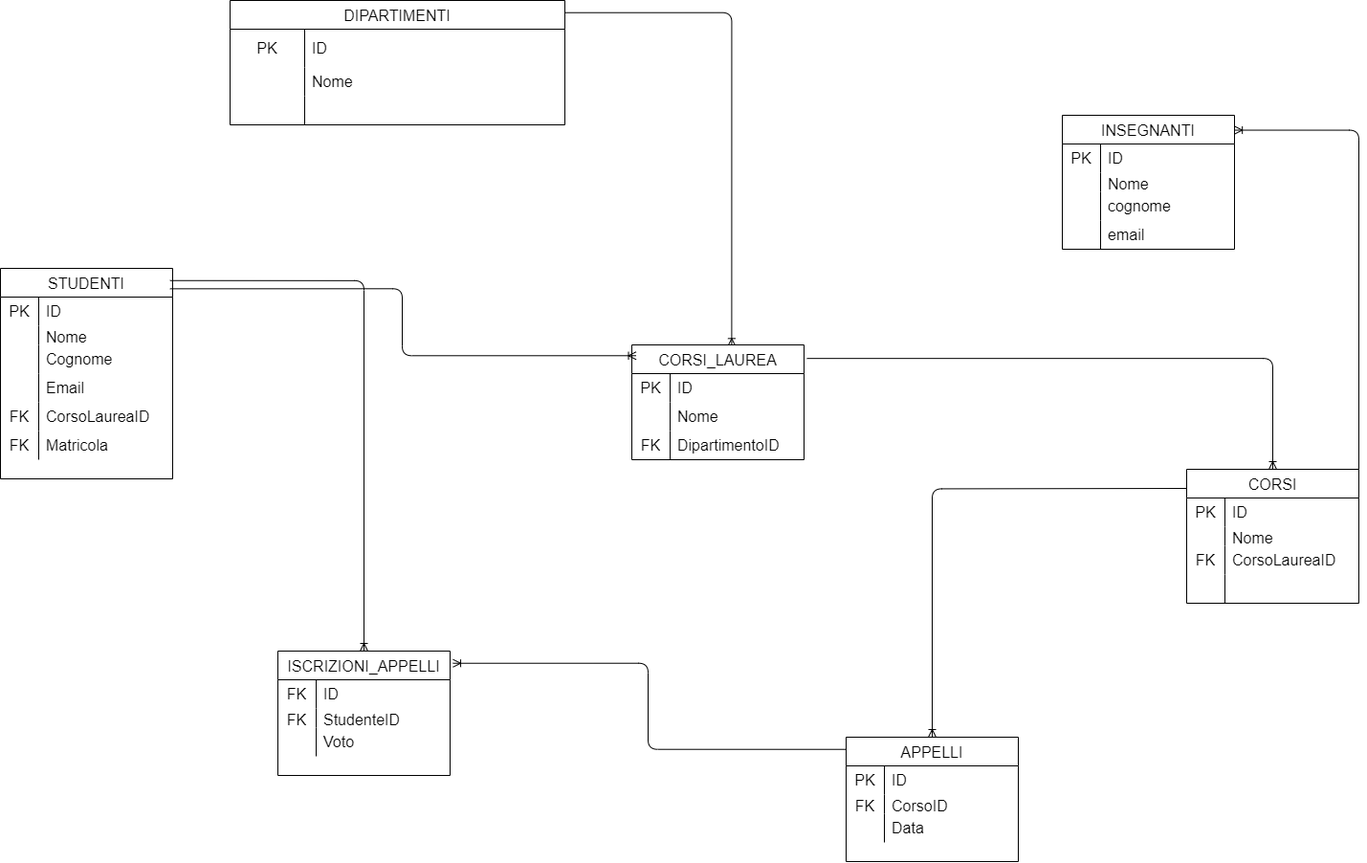
Before: university.png, a diagram exported from draw.io (RiccardoDelrio/db-university). Source tidied: cells renumbered, new cells last; positions are measured from the earlier drawing's top-left corner, leaving out a move shared by most shapes.
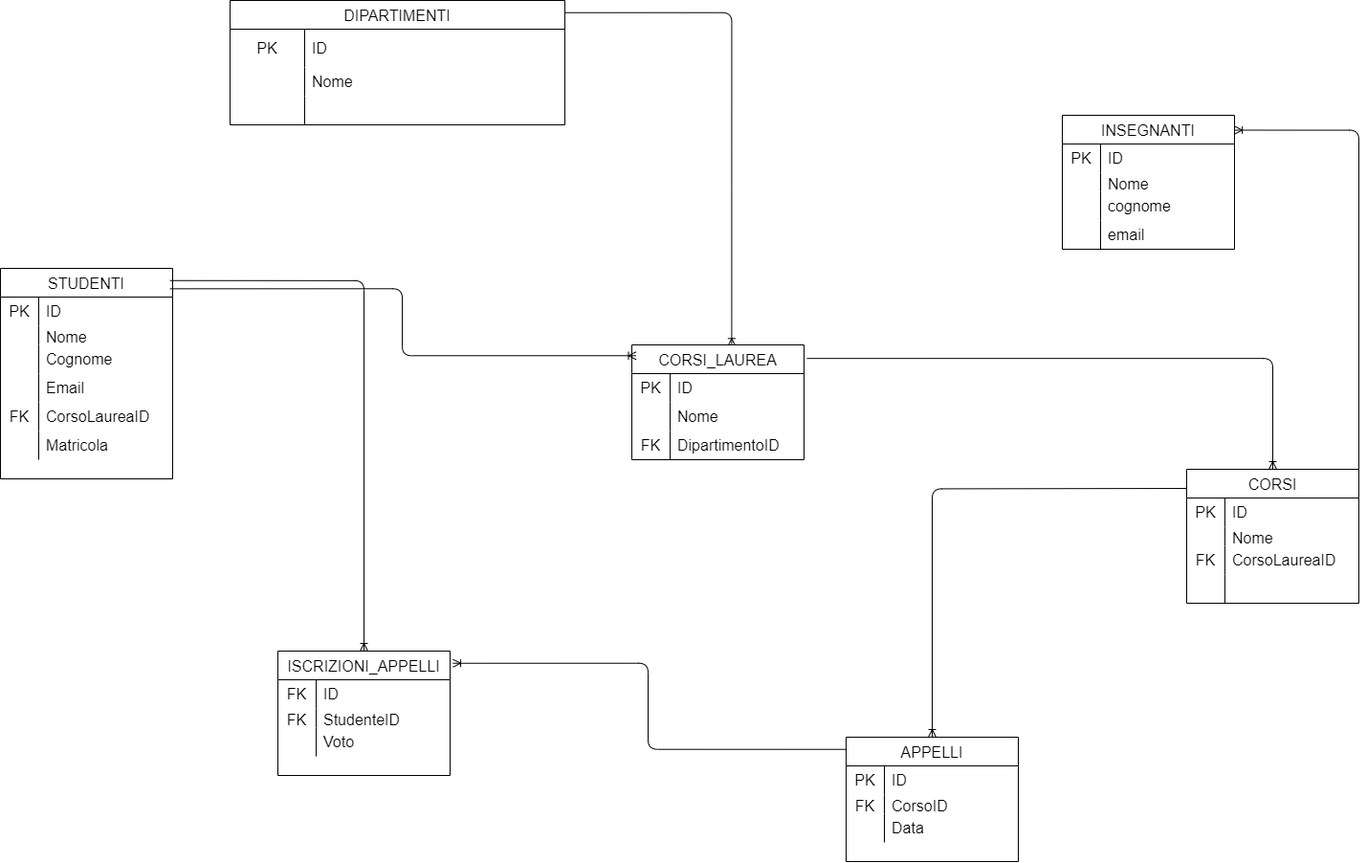
Later version of the same file.

What changed in the source:
```diff
@@ -224,7 +224,7 @@
     <mxCell id="75" style="shape=tableRow;horizontal=0;startSize=0;swimlaneHead=0;swimlaneBody=0;top=0;left=0;bottom=0;right=0;fillColor=none;strokeColor=inherit;fontSize=16;" parent="59" vertex="1">
       <mxGeometry y="170" width="180" height="30" as="geometry" />
     </mxCell>
-    <mxCell id="76" value="FK" style="shape=partialRectangle;html=1;whiteSpace=wrap;fillColor=none;top=0;left=0;bottom=0;right=0;overflow=hidden;strokeColor=inherit;fontSize=16;" parent="75" vertex="1">
+    <mxCell id="76" style="shape=partialRectangle;html=1;whiteSpace=wrap;fillColor=none;top=0;left=0;bottom=0;right=0;overflow=hidden;strokeColor=inherit;fontSize=16;" parent="75" vertex="1">
       <mxGeometry width="40" height="30" as="geometry" />
     </mxCell>
     <mxCell id="77" value="Matricola" style="shape=partialRectangle;html=1;whiteSpace=wrap;fillColor=none;top=0;left=0;bottom=0;right=0;align=left;spacingLeft=6;overflow=hidden;strokeColor=inherit;fontSize=16;" parent="75" vertex="1">
```
